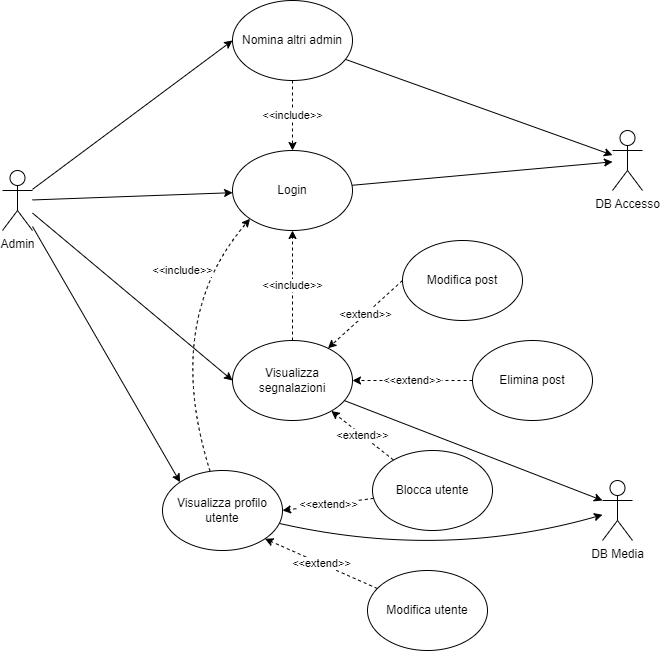
Above: docs/use_case_social_admin.png in sergiostefanizzi/socialMicroservicesDocs (draw.io), before the change. Source tidied: cells renumbered, new cells last; positions are measured from the earlier drawing's top-left corner, leaving out a move shared by most shapes.
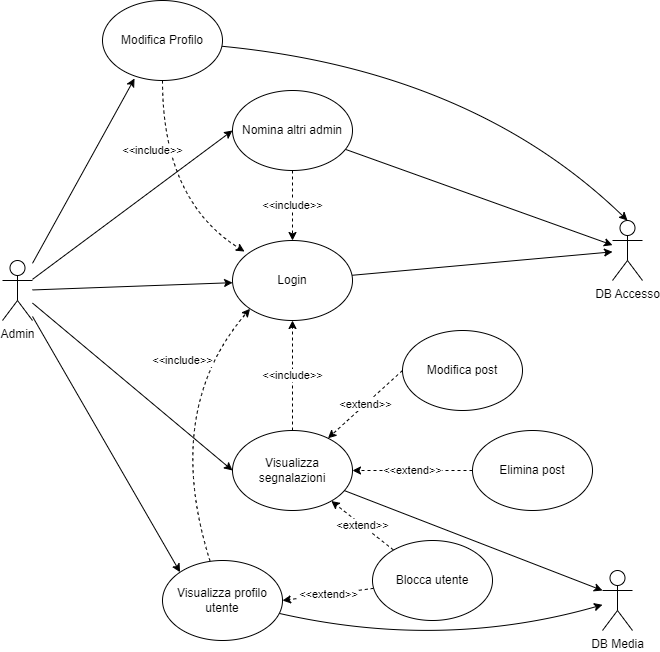
The same diagram one commit later.

Diff of the diagram source:
```diff
@@ -14,6 +14,9 @@
     <mxCell id="5" style="rounded=0;jettySize=auto;html=1;entryX=0;entryY=0;entryDx=0;entryDy=0;" parent="1" edge="1" source="6" target="25">
       <mxGeometry relative="1" as="geometry" />
     </mxCell>
+    <mxCell id="29" style="rounded=0;jettySize=auto;html=1;entryX=0.267;entryY=0.975;entryDx=0;entryDy=0;entryPerimeter=0;" parent="1" edge="1" source="6" target="32">
+      <mxGeometry relative="1" as="geometry" />
+    </mxCell>
     <mxCell id="6" value="Admin" style="shape=umlActor;verticalLabelPosition=bottom;verticalAlign=top;html=1;outlineConnect=0;" parent="1" vertex="1">
       <mxGeometry y="170" width="30" height="60" as="geometry" />
     </mxCell>
@@ -82,14 +85,25 @@
     <mxCell id="25" value="Visualizza profilo utente" style="ellipse;whiteSpace=wrap;html=1;" parent="1" vertex="1">
       <mxGeometry x="160" y="470" width="120" height="80" as="geometry" />
     </mxCell>
-    <mxCell id="26" value="&amp;lt;&amp;lt;extend&amp;gt;&amp;gt;" style="rounded=0;jettySize=auto;html=1;entryX=1;entryY=1;entryDx=0;entryDy=0;dashed=1;" parent="1" edge="1" source="27" target="25">
-      <mxGeometry relative="1" as="geometry" />
-    </mxCell>
-    <mxCell id="27" value="Modifica utente" style="ellipse;whiteSpace=wrap;html=1;" parent="1" vertex="1">
-      <mxGeometry x="365" y="570" width="120" height="80" as="geometry" />
-    </mxCell>
     <mxCell id="28" value="DB Media&lt;br&gt;" style="shape=umlActor;verticalLabelPosition=bottom;verticalAlign=top;html=1;outlineConnect=0;" parent="1" vertex="1">
       <mxGeometry x="600" y="480" width="30" height="60" as="geometry" />
     </mxCell>
+    <mxCell id="30" style="jettySize=auto;html=1;entryX=0.5;entryY=0;entryDx=0;entryDy=0;entryPerimeter=0;curved=1;" parent="1" edge="1" source="32" target="9">
+      <mxGeometry relative="1" as="geometry">
+        <Array as="points">
+          <mxPoint x="470" y="-20" />
+        </Array>
+      </mxGeometry>
+    </mxCell>
+    <mxCell id="31" value="&amp;lt;&amp;lt;include&amp;gt;&amp;gt;" style="jettySize=auto;html=1;entryX=0.1;entryY=0.138;entryDx=0;entryDy=0;entryPerimeter=0;curved=1;dashed=1;" parent="1" edge="1" source="32" target="8">
+      <mxGeometry x="-0.35" y="-10" relative="1" as="geometry">
+        <Array as="points">
+          <mxPoint x="160" y="110" />
+        </Array>
+      </mxGeometry>
+    </mxCell>
+    <mxCell id="32" value="Modifica Profilo" style="ellipse;whiteSpace=wrap;html=1;" parent="1" vertex="1">
+      <mxGeometry x="100" y="-90" width="120" height="80" as="geometry" />
+    </mxCell>
   </root>
 </mxGraphModel>
```
